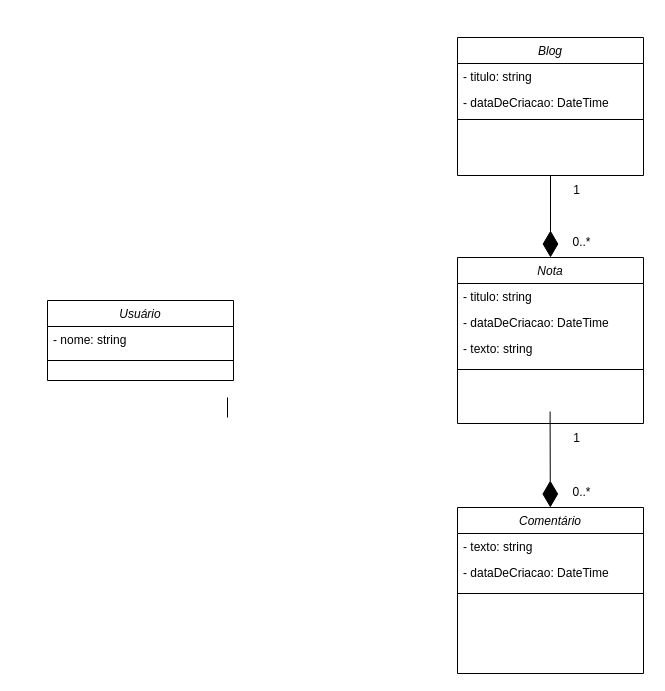
The draw.io diagram Diagrama sem nome.drawio in Igortpfalcao/EngSoftware1, before the edit. Source tidied: cells renumbered, new cells numbered last; positions are measured from the earlier drawing's top-left corner, leaving out a move shared by most shapes. Both pictures are drawn from the tidied source at 100%, with x=0, y=0 at pixel (47, 37).
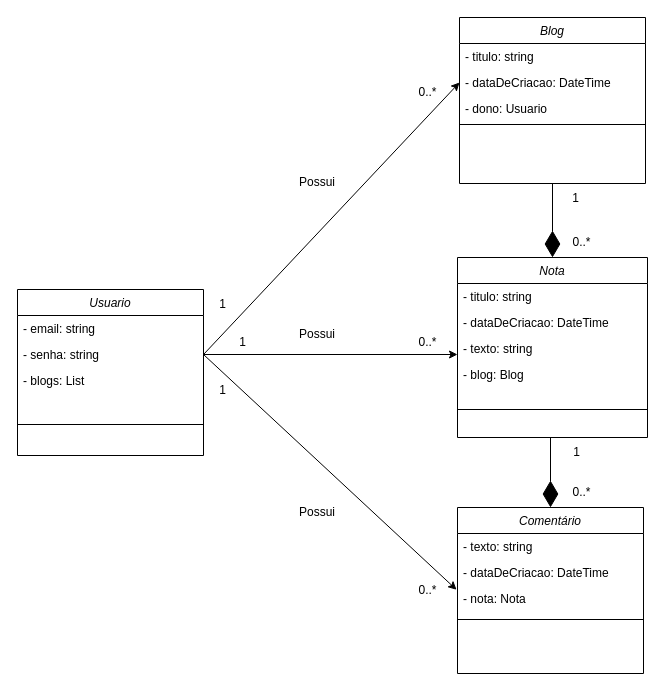
Above is the later version.

The change refers to these unchanged cells:
```xml
<mxCell id="11" value="Comentário" style="swimlane;fontStyle=2;align=center;verticalAlign=top;horizontal=1;startSize=26;rounded=0;shadow=0;strokeWidth=1;" parent="1" vertex="1">
  <mxGeometry x="410" y="470" width="186" height="166" as="geometry" />
</mxCell>
```

Change to the diagram source:
```diff
@@
     <mxCell id="2" value="Blog" style="swimlane;fontStyle=2;align=center;verticalAlign=top;horizontal=1;startSize=26;rounded=0;shadow=0;strokeWidth=1;" parent="1" vertex="1">
-      <mxGeometry x="410" width="186" height="138" as="geometry" />
+      <mxGeometry x="412" y="-20" width="186" height="166" as="geometry" />
     </mxCell>
@@
-    <mxCell id="4" value="- dataDeCriacao: DateTime" style="text;align=left;verticalAlign=top;spacingLeft=4;spacingRight=4;overflow=hidden;points=[[0,0.5],[1,0.5]];portConstraint=eastwest;rounded=0;shadow=0;html=0;" parent="2" vertex="1">
+    <mxCell id="4" value="- dataDeCriacao: DateTime&#10;" style="text;align=left;verticalAlign=top;spacingLeft=4;spacingRight=4;overflow=hidden;points=[[0,0.5],[1,0.5]];portConstraint=eastwest;rounded=0;shadow=0;html=0;" parent="2" vertex="1">
       <mxGeometry y="52" width="186" height="26" as="geometry" />
     </mxCell>
+    <mxCell id="25" value="- dono: Usuario&#10;" style="text;align=left;verticalAlign=top;spacingLeft=4;spacingRight=4;overflow=hidden;rounded=0;shadow=0;html=0;" parent="2" vertex="1">
+      <mxGeometry y="78" width="186" height="26" as="geometry" />
+    </mxCell>
     <mxCell id="5" style="line;html=1;strokeWidth=1;align=left;verticalAlign=middle;spacingTop=-1;spacingLeft=3;spacingRight=3;labelPosition=right;" parent="2" vertex="1">
-      <mxGeometry y="78" width="186" height="8" as="geometry" />
+      <mxGeometry y="104" width="186" height="6" as="geometry" />
     </mxCell>
     <mxCell id="6" value="Nota" style="swimlane;fontStyle=2;align=center;verticalAlign=top;horizontal=1;startSize=26;rounded=0;shadow=0;strokeWidth=1;" parent="1" vertex="1">
-      <mxGeometry x="410" y="220" width="186" height="166" as="geometry" />
+      <mxGeometry x="410" y="220" width="190" height="180" as="geometry" />
     </mxCell>
     <mxCell id="7" value="- titulo: string" style="text;align=left;verticalAlign=top;spacingLeft=4;spacingRight=4;overflow=hidden;" parent="6" vertex="1">
-      <mxGeometry y="26" width="186" height="26" as="geometry" />
+      <mxGeometry y="26" width="190" height="26" as="geometry" />
     </mxCell>
     <mxCell id="8" value="- dataDeCriacao: DateTime" style="text;align=left;verticalAlign=top;spacingLeft=4;spacingRight=4;overflow=hidden;rounded=0;shadow=0;html=0;" parent="6" vertex="1">
-      <mxGeometry y="52" width="186" height="26" as="geometry" />
+      <mxGeometry y="52" width="190" height="26" as="geometry" />
     </mxCell>
     <mxCell id="9" value="- texto: string" style="text;align=left;verticalAlign=top;spacingLeft=4;spacingRight=4;overflow=hidden;points=[[0,0.5],[1,0.5]];portConstraint=eastwest;rounded=0;shadow=0;html=0;" parent="6" vertex="1">
-      <mxGeometry y="78" width="186" height="26" as="geometry" />
+      <mxGeometry y="78" width="190" height="26" as="geometry" />
     </mxCell>
+    <mxCell id="26" value="- blog: Blog" style="text;align=left;verticalAlign=top;spacingLeft=4;spacingRight=4;overflow=hidden;rounded=0;shadow=0;html=0;" parent="6" vertex="1">
+      <mxGeometry y="104" width="190" height="30" as="geometry" />
+    </mxCell>
     <mxCell id="10" style="line;html=1;strokeWidth=1;align=left;verticalAlign=middle;spacingTop=-1;spacingLeft=3;spacingRight=3;labelPosition=right;" parent="6" vertex="1">
-      <mxGeometry y="104" width="186" height="16" as="geometry" />
+      <mxGeometry y="134" width="190" height="36" as="geometry" />
     </mxCell>
@@
+    <mxCell id="27" value="- nota: Nota" style="text;align=left;verticalAlign=top;spacingLeft=4;spacingRight=4;overflow=hidden;points=[[0,0.5],[1,0.5]];portConstraint=eastwest;rounded=0;shadow=0;html=0;" parent="11" vertex="1">
+      <mxGeometry y="78" width="186" height="26" as="geometry" />
+    </mxCell>
     <mxCell id="14" style="line;html=1;strokeWidth=1;align=left;verticalAlign=middle;spacingTop=-1;spacingLeft=3;spacingRight=3;labelPosition=right;" parent="11" vertex="1">
-      <mxGeometry y="78" width="186" height="16" as="geometry" />
+      <mxGeometry y="104" width="186" height="16" as="geometry" />
     </mxCell>
-    <mxCell id="15" value="Usuário" style="swimlane;fontStyle=2;align=center;verticalAlign=top;horizontal=1;startSize=26;rounded=0;shadow=0;strokeWidth=1;" parent="1" vertex="1">
-      <mxGeometry y="263" width="186" height="80" as="geometry" />
+    <mxCell id="15" value="Usuario" style="swimlane;fontStyle=2;align=center;verticalAlign=top;horizontal=1;startSize=26;rounded=0;shadow=0;strokeWidth=1;" parent="1" vertex="1">
+      <mxGeometry x="-30" y="252" width="186" height="166" as="geometry" />
     </mxCell>
-    <mxCell id="16" value="- nome: string" style="text;align=left;verticalAlign=top;spacingLeft=4;spacingRight=4;overflow=hidden;" parent="15" vertex="1">
+    <mxCell id="16" value="- email: string" style="text;align=left;verticalAlign=top;spacingLeft=4;spacingRight=4;overflow=hidden;" parent="15" vertex="1">
       <mxGeometry y="26" width="186" height="26" as="geometry" />
     </mxCell>
+    <mxCell id="28" value="- senha: string&#10;" style="text;align=left;verticalAlign=top;spacingLeft=4;spacingRight=4;overflow=hidden;points=[[0,0.5],[1,0.5]];portConstraint=eastwest;" parent="15" vertex="1">
+      <mxGeometry y="52" width="186" height="26" as="geometry" />
+    </mxCell>
+    <mxCell id="29" value="- blogs: List&#10;" style="text;align=left;verticalAlign=top;spacingLeft=4;spacingRight=4;overflow=hidden;" parent="15" vertex="1">
+      <mxGeometry y="78" width="186" height="26" as="geometry" />
+    </mxCell>
     <mxCell id="17" style="line;html=1;strokeWidth=1;align=left;verticalAlign=middle;spacingTop=-1;spacingLeft=3;spacingRight=3;labelPosition=right;" parent="15" vertex="1">
-      <mxGeometry y="52" width="186" height="16" as="geometry" />
+      <mxGeometry y="104" width="186" height="62" as="geometry" />
     </mxCell>
-    <mxCell id="18" style="endArrow=none;html=1;rounded=0;exitX=0;exitY=0;exitDx=0;exitDy=0;" parent="1" edge="1">
-      <mxGeometry relative="1" as="geometry">
-        <mxPoint x="180" y="380" as="sourcePoint" />
-        <mxPoint x="180" y="360" as="targetPoint" />
-      </mxGeometry>
-    </mxCell>
@@
-    <mxCell id="20" style="endArrow=diamondThin;endFill=1;endSize=24;html=1;rounded=0;exitX=0.5;exitY=1;exitDx=0;exitDy=0;" parent="1" edge="1" target="11">
+    <mxCell id="20" style="endArrow=diamondThin;endFill=1;endSize=24;html=1;rounded=0;" parent="1" edge="1" target="11">
       <mxGeometry relative="1" as="geometry">
-        <mxPoint x="502.6" y="374" as="sourcePoint" />
+        <mxPoint x="503" y="400" as="sourcePoint" />
       </mxGeometry>
     </mxCell>
     <mxCell id="21" value="1" style="text;html=1;align=center;verticalAlign=middle;strokeColor=none;fillColor=none;" parent="1" vertex="1">
-      <mxGeometry x="514" y="138" width="30" height="30" as="geometry" />
+      <mxGeometry x="513" y="146" width="30" height="30" as="geometry" />
     </mxCell>
@@
     <mxCell id="24" value="1" style="text;html=1;align=center;verticalAlign=middle;strokeColor=none;fillColor=none;" parent="1" vertex="1">
-      <mxGeometry x="514" y="386" width="30" height="30" as="geometry" />
+      <mxGeometry x="514" y="400" width="30" height="30" as="geometry" />
     </mxCell>
+    <mxCell id="30" style="endArrow=classic;html=1;rounded=0;exitX=1;exitY=0.5;exitDx=0;exitDy=0;entryX=0;entryY=0.731;entryDx=0;entryDy=0;entryPerimeter=0;" parent="1" edge="1" source="28" target="9">
+      <mxGeometry relative="1" as="geometry" />
+    </mxCell>
+    <mxCell id="31" style="endArrow=classic;html=1;rounded=0;exitX=1;exitY=0.5;exitDx=0;exitDy=0;entryX=0;entryY=0.5;entryDx=0;entryDy=0;" parent="1" edge="1" source="28" target="4">
+      <mxGeometry relative="1" as="geometry" />
+    </mxCell>
+    <mxCell id="32" style="endArrow=classic;html=1;rounded=0;entryX=-0.005;entryY=0.165;entryDx=0;entryDy=0;entryPerimeter=0;exitX=1;exitY=0.5;exitDx=0;exitDy=0;" parent="1" edge="1" source="28" target="27">
+      <mxGeometry relative="1" as="geometry" />
+    </mxCell>
+    <mxCell id="33" value="1" style="text;html=1;align=center;verticalAlign=middle;strokeColor=none;fillColor=none;" parent="1" vertex="1">
+      <mxGeometry x="160" y="252" width="30" height="30" as="geometry" />
+    </mxCell>
+    <mxCell id="34" value="1" style="text;html=1;align=center;verticalAlign=middle;strokeColor=none;fillColor=none;" parent="1" vertex="1">
+      <mxGeometry x="180" y="290" width="30" height="30" as="geometry" />
+    </mxCell>
+    <mxCell id="35" value="1" style="text;html=1;align=center;verticalAlign=middle;strokeColor=none;fillColor=none;" parent="1" vertex="1">
+      <mxGeometry x="160" y="338" width="30" height="30" as="geometry" />
+    </mxCell>
+    <mxCell id="36" value="0..*" style="text;html=1;align=center;verticalAlign=middle;strokeColor=none;fillColor=none;" parent="1" vertex="1">
+      <mxGeometry x="360" y="40" width="40" height="30" as="geometry" />
+    </mxCell>
+    <mxCell id="37" value="0..*" style="text;html=1;align=center;verticalAlign=middle;strokeColor=none;fillColor=none;" parent="1" vertex="1">
+      <mxGeometry x="360" y="290" width="40" height="30" as="geometry" />
+    </mxCell>
+    <mxCell id="38" value="0..*" style="text;html=1;align=center;verticalAlign=middle;strokeColor=none;fillColor=none;" parent="1" vertex="1">
+      <mxGeometry x="360" y="538" width="40" height="30" as="geometry" />
+    </mxCell>
+    <mxCell id="39" value="Possui" style="text;html=1;align=center;verticalAlign=middle;whiteSpace=wrap;rounded=0;" parent="1" vertex="1">
+      <mxGeometry x="240" y="130" width="60" height="30" as="geometry" />
+    </mxCell>
+    <mxCell id="40" value="Possui" style="text;html=1;align=center;verticalAlign=middle;whiteSpace=wrap;rounded=0;" parent="1" vertex="1">
+      <mxGeometry x="240" y="282" width="60" height="30" as="geometry" />
+    </mxCell>
+    <mxCell id="41" value="Possui" style="text;html=1;align=center;verticalAlign=middle;whiteSpace=wrap;rounded=0;" parent="1" vertex="1">
+      <mxGeometry x="240" y="460" width="60" height="30" as="geometry" />
+    </mxCell>
```
